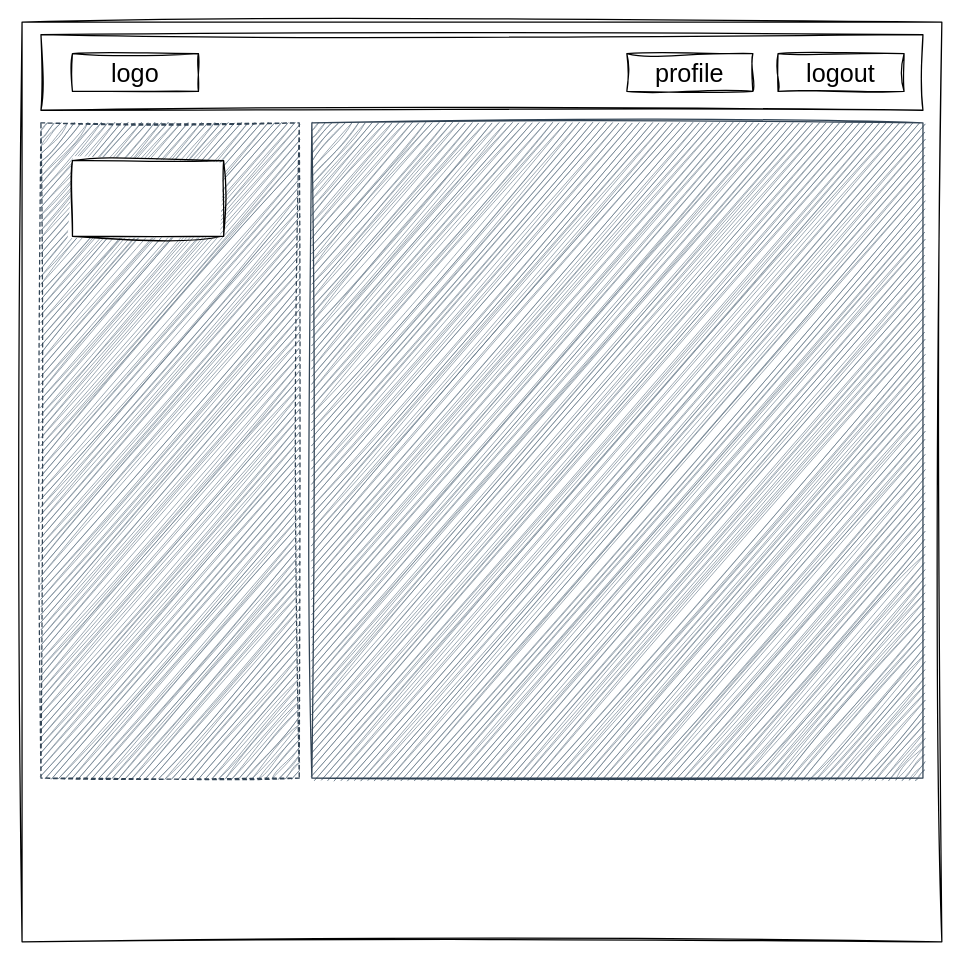
Above: client/test.drawio in DevBassel/MERN_APP (draw.io), before the change. Source tidied: cells renumbered, new cells numbered last; positions are measured from the earlier drawing's top-left corner, leaving out a move shared by most shapes. Both pictures are drawn from the tidied source at 126%, with x=0, y=0 at pixel (21, 21).
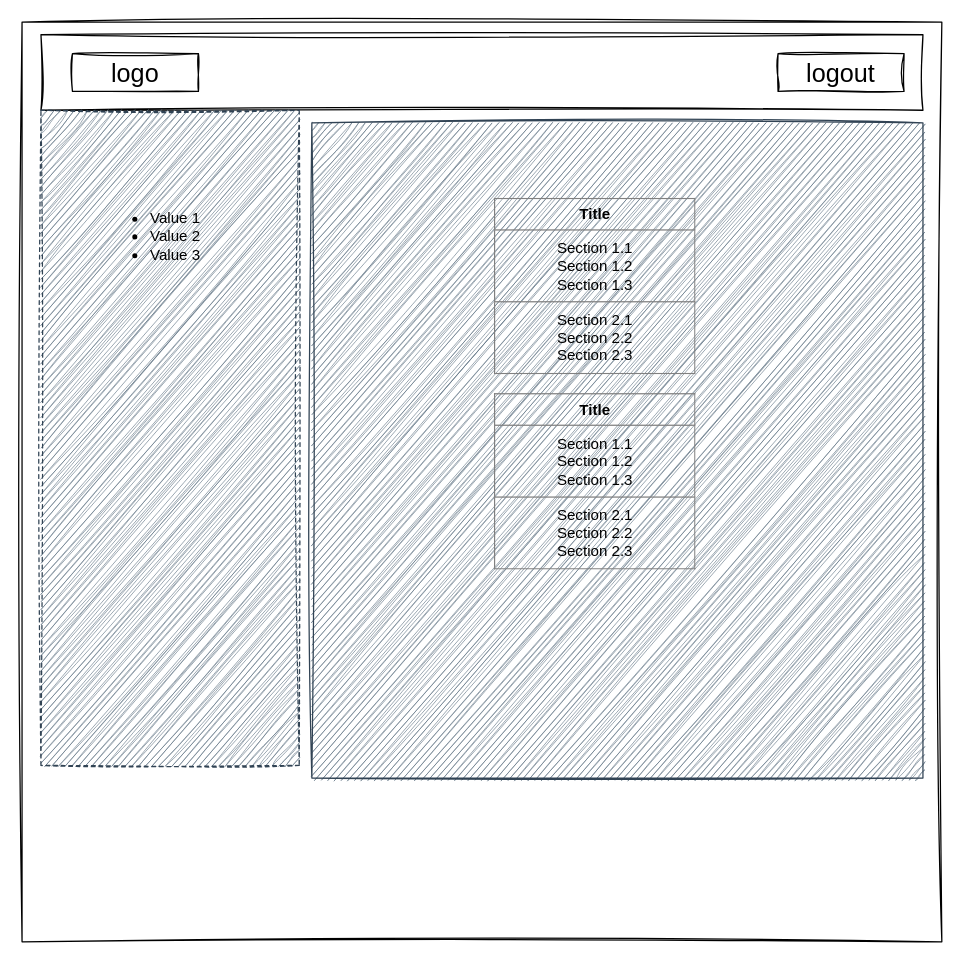
Above is the later version.

Diff of the diagram source:
```diff
@@
 <mxGraphModel>
   <root>
     <mxCell id="0" />
     <mxCell id="1" parent="0" />
     <mxCell id="2" style="whiteSpace=wrap;html=1;fontSize=20;rounded=0;shadow=0;glass=0;sketch=1;curveFitting=1;jiggle=2;" parent="1" vertex="1">
       <mxGeometry width="730" height="730" as="geometry" />
     </mxCell>
     <mxCell id="3" style="rounded=0;whiteSpace=wrap;html=1;sketch=1;curveFitting=1;jiggle=2;" parent="1" vertex="1">
       <mxGeometry x="15" y="10" width="700" height="60" as="geometry" />
     </mxCell>
     <mxCell id="4" value="&lt;font style=&quot;font-size: 20px;&quot;&gt;logo&lt;/font&gt;" style="rounded=0;whiteSpace=wrap;html=1;sketch=1;curveFitting=1;jiggle=2;" parent="1" vertex="1">
       <mxGeometry x="40" y="25" width="100" height="30" as="geometry" />
     </mxCell>
     <mxCell id="5" value="&lt;font style=&quot;font-size: 20px;&quot;&gt;logout&lt;/font&gt;" style="rounded=0;whiteSpace=wrap;html=1;sketch=1;curveFitting=1;jiggle=2;" parent="1" vertex="1">
       <mxGeometry x="600" y="25" width="100" height="30" as="geometry" />
     </mxCell>
-    <mxCell id="6" value="&lt;font style=&quot;font-size: 20px;&quot;&gt;profile&lt;/font&gt;" style="rounded=0;whiteSpace=wrap;html=1;sketch=1;curveFitting=1;jiggle=2;" parent="1" vertex="1">
-      <mxGeometry x="480" y="25" width="100" height="30" as="geometry" />
-    </mxCell>
     <mxCell id="7" style="rounded=0;whiteSpace=wrap;html=1;fontSize=20;fillColor=#647687;strokeColor=#314354;fontColor=#ffffff;sketch=1;curveFitting=1;jiggle=2;" parent="1" vertex="1">
       <mxGeometry x="230" y="80" width="485" height="520" as="geometry" />
     </mxCell>
     <mxCell id="8" style="rounded=0;whiteSpace=wrap;html=1;fontSize=20;fillColor=#647687;strokeColor=#314354;fontColor=#ffffff;dashed=1;sketch=1;curveFitting=1;jiggle=2;" parent="1" vertex="1">
-      <mxGeometry x="15" y="80" width="205" height="520" as="geometry" />
+      <mxGeometry x="15" y="70" width="205" height="520" as="geometry" />
     </mxCell>
-    <mxCell id="9" style="rounded=0;whiteSpace=wrap;html=1;fontSize=20;sketch=1;curveFitting=1;jiggle=2;" parent="1" vertex="1">
-      <mxGeometry x="40" y="110" width="120" height="60" as="geometry" />
-    </mxCell>
+    <mxCell id="10" value="&lt;ul&gt;&lt;li&gt;Value 1&lt;/li&gt;&lt;li&gt;Value 2&lt;/li&gt;&lt;li&gt;Value 3&lt;/li&gt;&lt;/ul&gt;" style="text;strokeColor=none;fillColor=none;html=1;whiteSpace=wrap;verticalAlign=middle;overflow=hidden;" parent="1" vertex="1">
+      <mxGeometry x="60" y="90" width="140" height="160" as="geometry" />
+    </mxCell>
+    <mxCell id="11" value="&lt;table border=&quot;1&quot; width=&quot;100%&quot; height=&quot;100%&quot; cellpadding=&quot;4&quot; style=&quot;width:100%;height:100%;border-collapse:collapse;&quot;&gt;&lt;tr&gt;&lt;th align=&quot;center&quot;&gt;&lt;b&gt;Title&lt;/b&gt;&lt;/th&gt;&lt;/tr&gt;&lt;tr&gt;&lt;td align=&quot;center&quot;&gt;Section 1.1&#10;Section 1.2&#10;Section 1.3&lt;/td&gt;&lt;/tr&gt;&lt;tr&gt;&lt;td align=&quot;center&quot;&gt;Section 2.1&#10;Section 2.2&#10;Section 2.3&lt;/td&gt;&lt;/tr&gt;&lt;/table&gt;" style="text;html=1;whiteSpace=wrap;strokeColor=none;fillColor=none;overflow=fill;" parent="1" vertex="1">
+      <mxGeometry x="375" y="140" width="160" height="140" as="geometry" />
+    </mxCell>
+    <mxCell id="12" value="&lt;table border=&quot;1&quot; width=&quot;100%&quot; height=&quot;100%&quot; cellpadding=&quot;4&quot; style=&quot;width:100%;height:100%;border-collapse:collapse;&quot;&gt;&lt;tr&gt;&lt;th align=&quot;center&quot;&gt;&lt;b&gt;Title&lt;/b&gt;&lt;/th&gt;&lt;/tr&gt;&lt;tr&gt;&lt;td align=&quot;center&quot;&gt;Section 1.1&#10;Section 1.2&#10;Section 1.3&lt;/td&gt;&lt;/tr&gt;&lt;tr&gt;&lt;td align=&quot;center&quot;&gt;Section 2.1&#10;Section 2.2&#10;Section 2.3&lt;/td&gt;&lt;/tr&gt;&lt;/table&gt;" style="text;html=1;whiteSpace=wrap;strokeColor=none;fillColor=none;overflow=fill;" parent="1" vertex="1">
+      <mxGeometry x="375" y="295" width="160" height="140" as="geometry" />
+    </mxCell>
   </root>
 </mxGraphModel>
```
